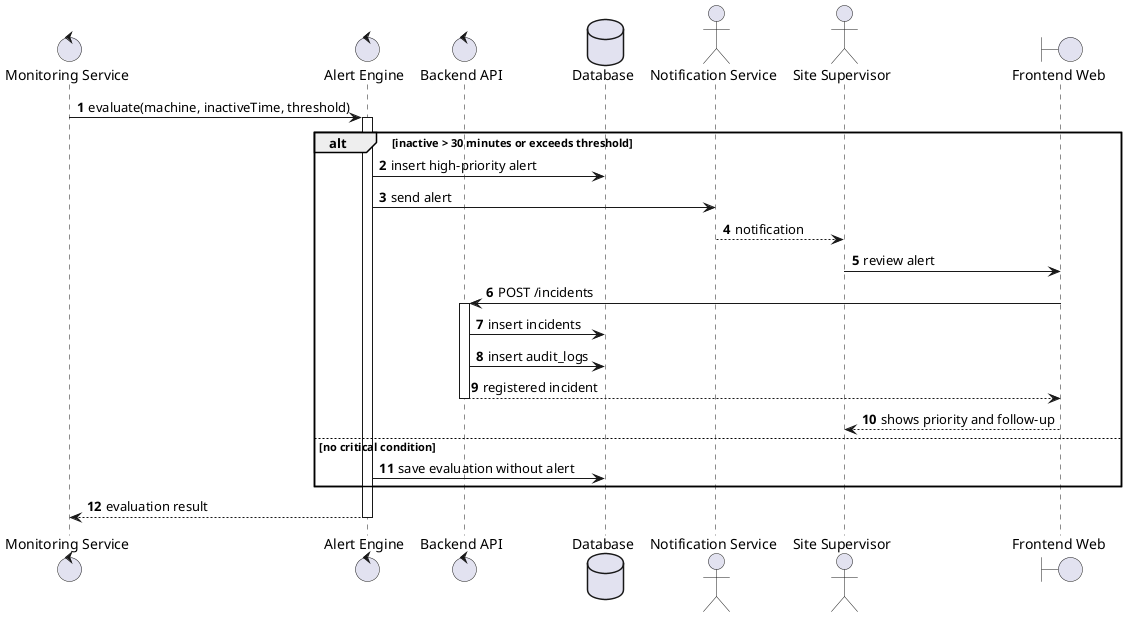
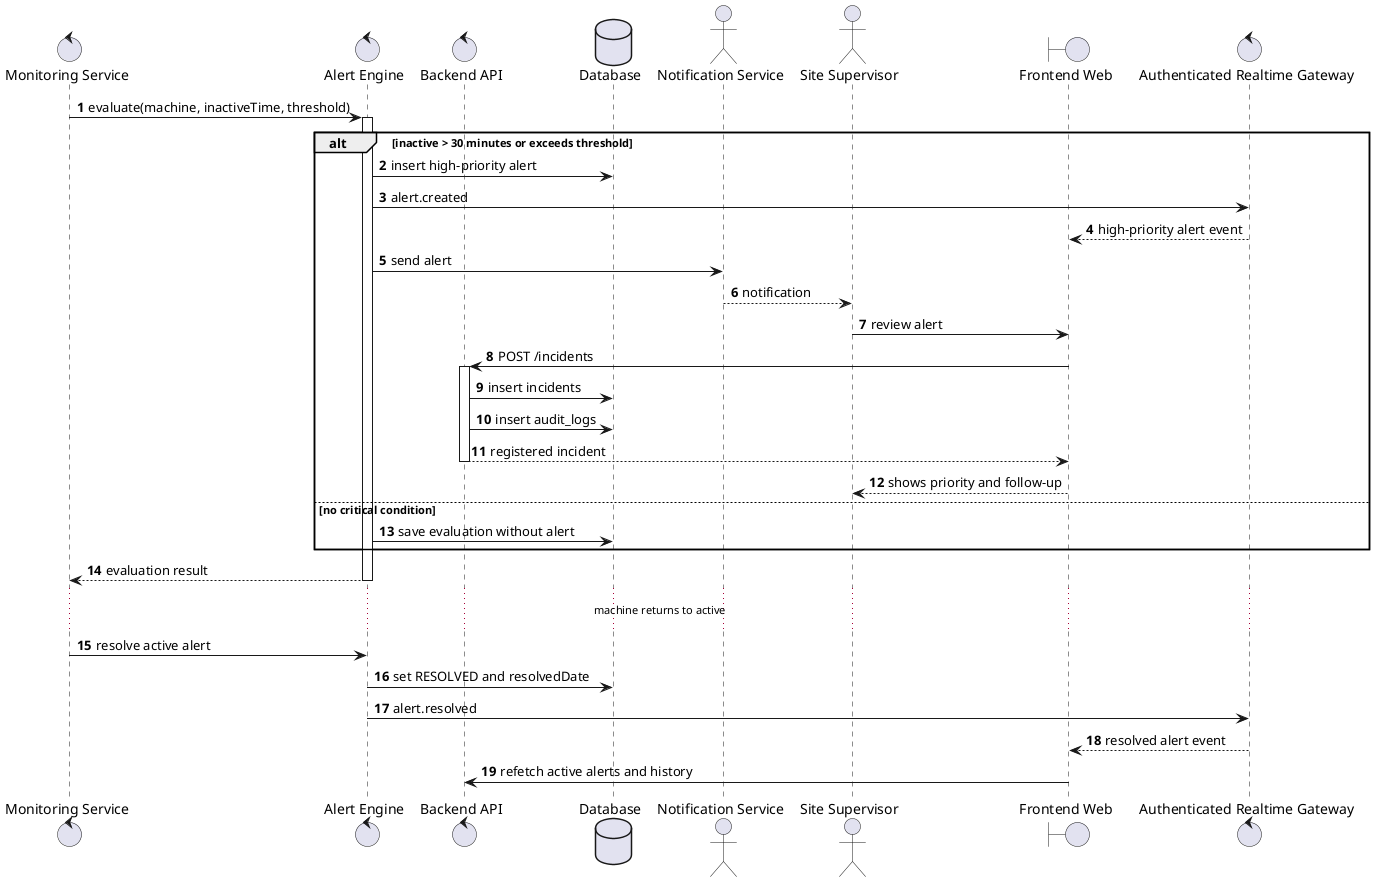
@startuml "Sequence: Generate alert and register incident"
autonumber

control "Monitoring Service" as MonitoringService
control "Alert Engine" as AlertEngine
control "Backend API" as API
database "Database" as DB
actor "Notification Service" as NotificationService
actor "Site Supervisor" as Supervisor
boundary "Frontend Web" as Frontend
+ control "Authenticated Realtime Gateway" as RealtimeGateway

MonitoringService -> AlertEngine : evaluate(machine, inactiveTime, threshold)
activate AlertEngine
alt inactive > 30 minutes or exceeds threshold
  AlertEngine -> DB : insert high-priority alert
+   AlertEngine -> RealtimeGateway : alert.created
+   RealtimeGateway --> Frontend : high-priority alert event
  AlertEngine -> NotificationService : send alert
  NotificationService --> Supervisor : notification
  Supervisor -> Frontend : review alert
  Frontend -> API : POST /incidents
  activate API
  API -> DB : insert incidents
  API -> DB : insert audit_logs
  API --> Frontend : registered incident
  deactivate API
  Frontend --> Supervisor : shows priority and follow-up
else no critical condition
  AlertEngine -> DB : save evaluation without alert
end
AlertEngine --> MonitoringService : evaluation result
deactivate AlertEngine
+ 
+ ... machine returns to active ...
+ MonitoringService -> AlertEngine : resolve active alert
+ AlertEngine -> DB : set RESOLVED and resolvedDate
+ AlertEngine -> RealtimeGateway : alert.resolved
+ RealtimeGateway --> Frontend : resolved alert event
+ Frontend -> API : refetch active alerts and history
@enduml
